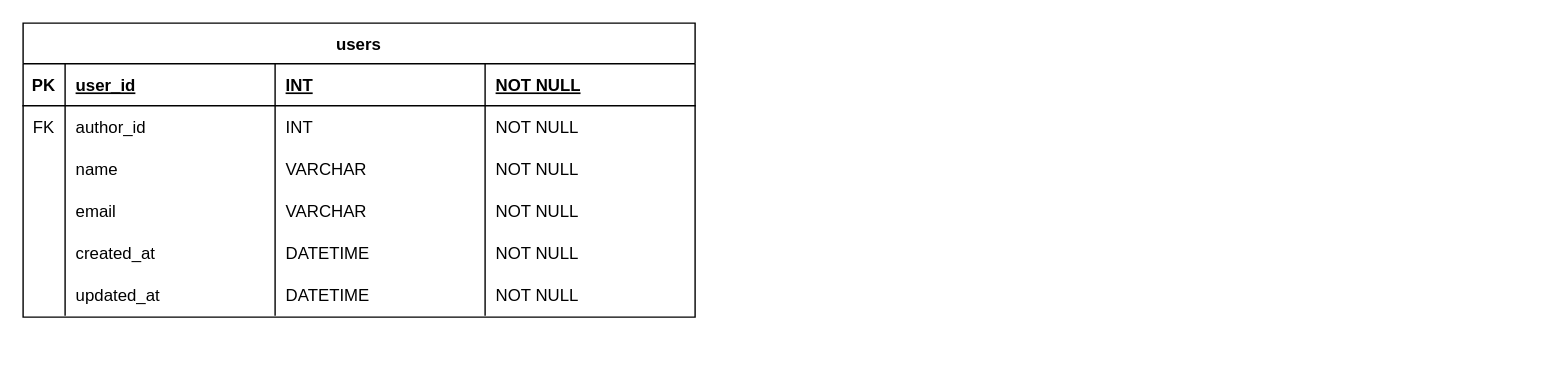
Before: データベース設計/データモデリング/データモデリング3/課題1/課題1.drawio in ISAWASHUN/PrAhaChallenge, a draw.io diagram. Source tidied: cells renumbered, new cells numbered last; positions are measured from the earlier drawing's top-left corner, leaving out a move shared by most shapes. Both pictures are drawn from the tidied source at 140%, with x=0, y=0 at pixel (22, 22).
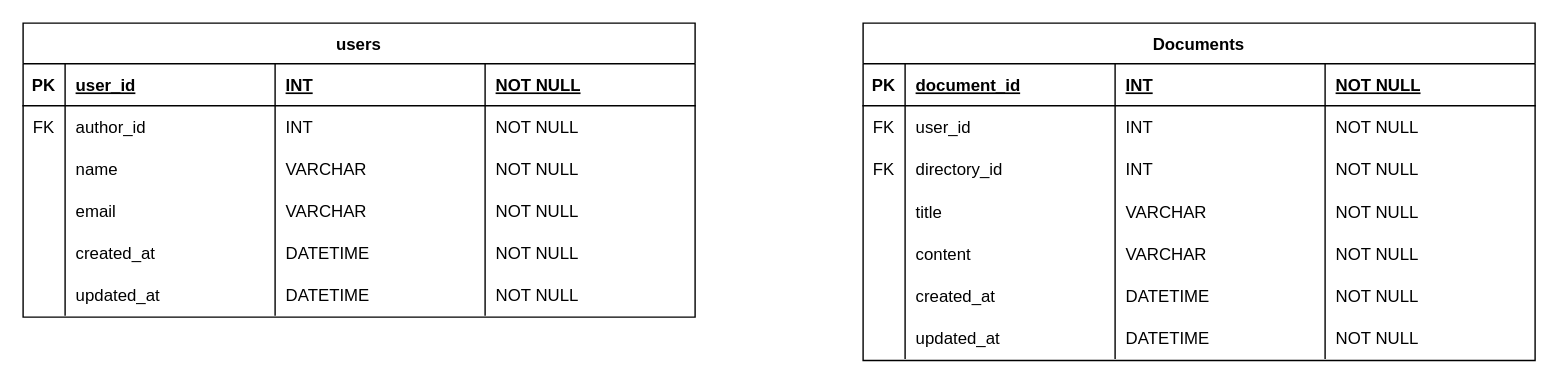
After the change.

Commit message (it also covers changes not shown here):
✨Database Modeling3 documentsテーブルのER図の作成

The edit, as a diff of the source:
```diff
@@
+    <mxCell id="33" value="Documents" style="shape=table;startSize=29;childLayout=tableLayout;rowLines=0;fontStyle=1;align=center;strokeColor=#000000;" parent="1" vertex="1">
+      <mxGeometry x="600" width="480" height="241" as="geometry" />
+    </mxCell>
+    <mxCell id="34" style="shape=tableRow;horizontal=0;startSize=0;swimlaneHead=0;swimlaneBody=0;fillColor=none;top=0;left=0;right=0;bottom=1;" parent="33" vertex="1">
+      <mxGeometry y="29" width="480" height="30" as="geometry" />
+    </mxCell>
+    <mxCell id="35" value="PK" style="shape=partialRectangle;fillColor=none;top=0;left=0;bottom=0;right=0;fontStyle=1;overflow=hidden;fontColor=#000000;" parent="34" vertex="1">
+      <mxGeometry width="30" height="30" as="geometry" />
+    </mxCell>
+    <mxCell id="36" value="document_id" style="shape=partialRectangle;fillColor=none;top=0;left=0;bottom=0;right=0;align=left;spacingLeft=6;fontStyle=5;overflow=hidden;fontColor=#000000;" parent="34" vertex="1">
+      <mxGeometry x="30" width="150" height="30" as="geometry" />
+    </mxCell>
+    <mxCell id="37" value="INT" style="shape=partialRectangle;fillColor=none;top=0;left=0;bottom=0;right=0;align=left;spacingLeft=6;fontStyle=5;overflow=hidden;fontColor=#000000;" parent="34" vertex="1">
+      <mxGeometry x="180" width="150" height="30" as="geometry" />
+    </mxCell>
+    <mxCell id="38" value="NOT NULL" style="shape=partialRectangle;fillColor=none;top=0;left=0;bottom=0;right=0;align=left;spacingLeft=6;fontStyle=5;overflow=hidden;fontColor=#000000;" parent="34" vertex="1">
+      <mxGeometry x="330" width="150" height="30" as="geometry" />
+    </mxCell>
+    <mxCell id="39" style="shape=tableRow;horizontal=0;startSize=0;swimlaneHead=0;swimlaneBody=0;fillColor=none;top=0;left=0;right=0;bottom=0;" parent="33" vertex="1">
+      <mxGeometry y="59" width="480" height="30" as="geometry" />
+    </mxCell>
+    <mxCell id="40" value="FK" style="shape=partialRectangle;fillColor=none;top=0;left=0;bottom=0;right=0;overflow=hidden;fontColor=#000000;" parent="39" vertex="1">
+      <mxGeometry width="30" height="30" as="geometry" />
+    </mxCell>
+    <mxCell id="41" value="user_id" style="shape=partialRectangle;fillColor=none;top=0;left=0;bottom=0;right=0;align=left;spacingLeft=6;overflow=hidden;fontColor=#000000;" parent="39" vertex="1">
+      <mxGeometry x="30" width="150" height="30" as="geometry" />
+    </mxCell>
+    <mxCell id="42" value="INT" style="shape=partialRectangle;fillColor=none;top=0;left=0;bottom=0;right=0;align=left;spacingLeft=6;overflow=hidden;fontColor=#000000;" parent="39" vertex="1">
+      <mxGeometry x="180" width="150" height="30" as="geometry" />
+    </mxCell>
+    <mxCell id="43" value="NOT NULL" style="shape=partialRectangle;fillColor=none;top=0;left=0;bottom=0;right=0;align=left;spacingLeft=6;overflow=hidden;fontColor=#000000;" parent="39" vertex="1">
+      <mxGeometry x="330" width="150" height="30" as="geometry" />
+    </mxCell>
+    <mxCell id="44" style="shape=tableRow;horizontal=0;startSize=0;swimlaneHead=0;swimlaneBody=0;fillColor=none;top=0;left=0;right=0;bottom=0;" parent="33" vertex="1">
+      <mxGeometry y="89" width="480" height="30" as="geometry" />
+    </mxCell>
+    <mxCell id="45" value="FK" style="shape=partialRectangle;fillColor=none;top=0;left=0;bottom=0;right=0;overflow=hidden;fontColor=#000000;" parent="44" vertex="1">
+      <mxGeometry width="30" height="30" as="geometry" />
+    </mxCell>
+    <mxCell id="46" value="directory_id" style="shape=partialRectangle;fillColor=none;top=0;left=0;bottom=0;right=0;align=left;spacingLeft=6;overflow=hidden;fontColor=#000000;" parent="44" vertex="1">
+      <mxGeometry x="30" width="150" height="30" as="geometry" />
+    </mxCell>
+    <mxCell id="47" value="INT" style="shape=partialRectangle;fillColor=none;top=0;left=0;bottom=0;right=0;align=left;spacingLeft=6;overflow=hidden;fontColor=#000000;" parent="44" vertex="1">
+      <mxGeometry x="180" width="150" height="30" as="geometry" />
+    </mxCell>
+    <mxCell id="48" value="NOT NULL" style="shape=partialRectangle;fillColor=none;top=0;left=0;bottom=0;right=0;align=left;spacingLeft=6;overflow=hidden;fontColor=#000000;" parent="44" vertex="1">
+      <mxGeometry x="330" width="150" height="30" as="geometry" />
+    </mxCell>
+    <mxCell id="49" style="shape=tableRow;horizontal=0;startSize=0;swimlaneHead=0;swimlaneBody=0;fillColor=none;top=0;left=0;right=0;bottom=0;" parent="33" vertex="1">
+      <mxGeometry y="119" width="480" height="31" as="geometry" />
+    </mxCell>
+    <mxCell id="50" style="shape=partialRectangle;fillColor=none;top=0;left=0;bottom=0;right=0;overflow=hidden;" parent="49" vertex="1">
+      <mxGeometry width="30" height="31" as="geometry" />
+    </mxCell>
+    <mxCell id="51" value="title" style="shape=partialRectangle;fillColor=none;top=0;left=0;bottom=0;right=0;align=left;spacingLeft=6;overflow=hidden;fontColor=#000000;" parent="49" vertex="1">
+      <mxGeometry x="30" width="150" height="31" as="geometry" />
+    </mxCell>
+    <mxCell id="52" value="VARCHAR" style="shape=partialRectangle;fillColor=none;top=0;left=0;bottom=0;right=0;align=left;spacingLeft=6;overflow=hidden;fontColor=#000000;" parent="49" vertex="1">
+      <mxGeometry x="180" width="150" height="31" as="geometry" />
+    </mxCell>
+    <mxCell id="53" value="NOT NULL" style="shape=partialRectangle;fillColor=none;top=0;left=0;bottom=0;right=0;align=left;spacingLeft=6;overflow=hidden;fontColor=#000000;" parent="49" vertex="1">
+      <mxGeometry x="330" width="150" height="31" as="geometry" />
+    </mxCell>
+    <mxCell id="54" style="shape=tableRow;horizontal=0;startSize=0;swimlaneHead=0;swimlaneBody=0;fillColor=none;top=0;left=0;right=0;bottom=0;" parent="33" vertex="1">
+      <mxGeometry y="150" width="480" height="30" as="geometry" />
+    </mxCell>
+    <mxCell id="55" style="shape=partialRectangle;fillColor=none;top=0;left=0;bottom=0;right=0;overflow=hidden;" parent="54" vertex="1">
+      <mxGeometry width="30" height="30" as="geometry" />
+    </mxCell>
+    <mxCell id="56" value="content" style="shape=partialRectangle;fillColor=none;top=0;left=0;bottom=0;right=0;align=left;spacingLeft=6;overflow=hidden;fontColor=#000000;" parent="54" vertex="1">
+      <mxGeometry x="30" width="150" height="30" as="geometry" />
+    </mxCell>
+    <mxCell id="57" value="VARCHAR" style="shape=partialRectangle;fillColor=none;top=0;left=0;bottom=0;right=0;align=left;spacingLeft=6;overflow=hidden;fontColor=#000000;" parent="54" vertex="1">
+      <mxGeometry x="180" width="150" height="30" as="geometry" />
+    </mxCell>
+    <mxCell id="58" value="NOT NULL" style="shape=partialRectangle;fillColor=none;top=0;left=0;bottom=0;right=0;align=left;spacingLeft=6;overflow=hidden;fontColor=#000000;" parent="54" vertex="1">
+      <mxGeometry x="330" width="150" height="30" as="geometry" />
+    </mxCell>
+    <mxCell id="59" style="shape=tableRow;horizontal=0;startSize=0;swimlaneHead=0;swimlaneBody=0;fillColor=none;top=0;left=0;right=0;bottom=0;" parent="33" vertex="1">
+      <mxGeometry y="180" width="480" height="30" as="geometry" />
+    </mxCell>
+    <mxCell id="60" style="shape=partialRectangle;fillColor=none;top=0;left=0;bottom=0;right=0;overflow=hidden;" parent="59" vertex="1">
+      <mxGeometry width="30" height="30" as="geometry" />
+    </mxCell>
+    <mxCell id="61" value="created_at" style="shape=partialRectangle;fillColor=none;top=0;left=0;bottom=0;right=0;align=left;spacingLeft=6;overflow=hidden;fontColor=#000000;" parent="59" vertex="1">
+      <mxGeometry x="30" width="150" height="30" as="geometry" />
+    </mxCell>
+    <mxCell id="62" value="DATETIME" style="shape=partialRectangle;fillColor=none;top=0;left=0;bottom=0;right=0;align=left;spacingLeft=6;overflow=hidden;fontColor=#000000;" parent="59" vertex="1">
+      <mxGeometry x="180" width="150" height="30" as="geometry" />
+    </mxCell>
+    <mxCell id="63" value="NOT NULL" style="shape=partialRectangle;fillColor=none;top=0;left=0;bottom=0;right=0;align=left;spacingLeft=6;overflow=hidden;fontColor=#000000;" parent="59" vertex="1">
+      <mxGeometry x="330" width="150" height="30" as="geometry" />
+    </mxCell>
+    <mxCell id="64" style="shape=tableRow;horizontal=0;startSize=0;swimlaneHead=0;swimlaneBody=0;fillColor=none;top=0;left=0;right=0;bottom=0;" parent="33" vertex="1">
+      <mxGeometry y="210" width="480" height="30" as="geometry" />
+    </mxCell>
+    <mxCell id="65" style="shape=partialRectangle;fillColor=none;top=0;left=0;bottom=0;right=0;overflow=hidden;" parent="64" vertex="1">
+      <mxGeometry width="30" height="30" as="geometry" />
+    </mxCell>
+    <mxCell id="66" value="updated_at" style="shape=partialRectangle;fillColor=none;top=0;left=0;bottom=0;right=0;align=left;spacingLeft=6;overflow=hidden;fontColor=#000000;" parent="64" vertex="1">
+      <mxGeometry x="30" width="150" height="30" as="geometry" />
+    </mxCell>
+    <mxCell id="67" value="DATETIME" style="shape=partialRectangle;fillColor=none;top=0;left=0;bottom=0;right=0;align=left;spacingLeft=6;overflow=hidden;fontColor=#000000;" parent="64" vertex="1">
+      <mxGeometry x="180" width="150" height="30" as="geometry" />
+    </mxCell>
+    <mxCell id="68" value="NOT NULL" style="shape=partialRectangle;fillColor=none;top=0;left=0;bottom=0;right=0;align=left;spacingLeft=6;overflow=hidden;fontColor=#000000;" parent="64" vertex="1">
+      <mxGeometry x="330" width="150" height="30" as="geometry" />
+    </mxCell>
```
